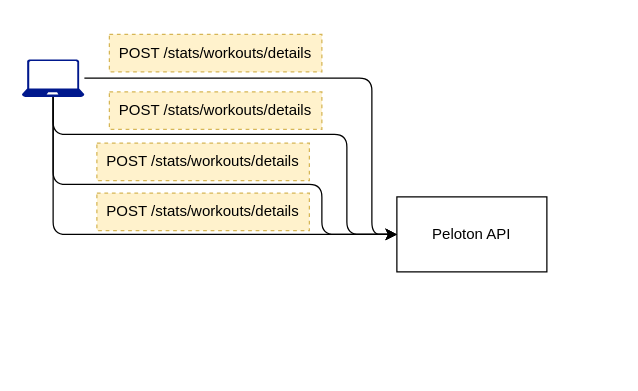
abunuwas/api-sec-book-imgs keeps this draw.io diagram as page "11.2" (12 of 12) of ch11.drawio. Above is the earlier version. Source tidied: cells renumbered, new cells numbered last; positions are measured from the earlier drawing's top-left corner, leaving out a move shared by most shapes. Both pictures are drawn from the tidied source at 125%, with x=0, y=0 at pixel (21, 34).
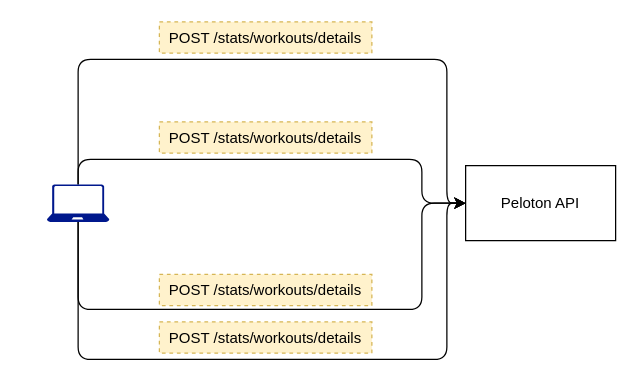
The same diagram, later.

Diff of the diagram source:
```diff
@@
 <mxGraphModel>
   <root>
     <mxCell id="0" />
     <mxCell id="1" parent="0" />
     <mxCell id="2" value="Peloton API" style="rounded=0;whiteSpace=wrap;html=1;" parent="1" vertex="1">
-      <mxGeometry x="300" y="130" width="120" height="60" as="geometry" />
+      <mxGeometry x="355" y="105" width="120" height="60" as="geometry" />
     </mxCell>
     <mxCell id="3" style="edgeStyle=orthogonalEdgeStyle;rounded=1;jettySize=auto;html=1;entryX=0;entryY=0.5;entryDx=0;entryDy=0;curved=0;" parent="1" edge="1" source="7" target="2">
       <mxGeometry relative="1" as="geometry">
         <Array as="points">
-          <mxPoint x="280" y="35" />
-          <mxPoint x="280" y="160" />
+          <mxPoint x="45" y="20" />
+          <mxPoint x="340" y="20" />
+          <mxPoint x="340" y="135" />
         </Array>
       </mxGeometry>
     </mxCell>
     <mxCell id="4" style="edgeStyle=orthogonalEdgeStyle;rounded=1;jettySize=auto;html=1;entryX=0;entryY=0.5;entryDx=0;entryDy=0;curved=0;" parent="1" edge="1" source="7" target="2">
       <mxGeometry relative="1" as="geometry">
         <Array as="points">
-          <mxPoint x="25" y="80" />
-          <mxPoint x="260" y="80" />
-          <mxPoint x="260" y="160" />
+          <mxPoint x="45" y="100" />
+          <mxPoint x="320" y="100" />
+          <mxPoint x="320" y="135" />
         </Array>
       </mxGeometry>
     </mxCell>
     <mxCell id="5" style="edgeStyle=orthogonalEdgeStyle;rounded=1;jettySize=auto;html=1;entryX=0;entryY=0.5;entryDx=0;entryDy=0;curved=0;" parent="1" edge="1" source="7" target="2">
       <mxGeometry relative="1" as="geometry">
         <Array as="points">
-          <mxPoint x="25" y="120" />
-          <mxPoint x="240" y="120" />
-          <mxPoint x="240" y="160" />
+          <mxPoint x="45" y="220" />
+          <mxPoint x="320" y="220" />
+          <mxPoint x="320" y="135" />
         </Array>
       </mxGeometry>
     </mxCell>
     <mxCell id="6" style="edgeStyle=orthogonalEdgeStyle;rounded=1;jettySize=auto;html=1;entryX=0;entryY=0.5;entryDx=0;entryDy=0;curved=0;" parent="1" edge="1" source="7" target="2">
       <mxGeometry relative="1" as="geometry">
         <Array as="points">
-          <mxPoint x="25" y="160" />
+          <mxPoint x="45" y="260" />
+          <mxPoint x="340" y="260" />
+          <mxPoint x="340" y="135" />
         </Array>
       </mxGeometry>
     </mxCell>
     <mxCell id="7" style="sketch=0;shadow=0;dashed=0;html=1;strokeColor=none;labelPosition=center;verticalLabelPosition=bottom;verticalAlign=top;align=center;fillColor=#00188D;shape=mxgraph.azure.laptop;" parent="1" vertex="1">
-      <mxGeometry y="20" width="50" height="30" as="geometry" />
+      <mxGeometry x="20" y="120" width="50" height="30" as="geometry" />
     </mxCell>
     <mxCell id="8" value="POST /stats/workouts/details" style="text;html=1;align=center;verticalAlign=middle;whiteSpace=wrap;rounded=0;fillColor=#fff2cc;strokeColor=#d6b656;dashed=1;" parent="1" vertex="1">
-      <mxGeometry x="70" width="170" height="30" as="geometry" />
+      <mxGeometry x="110" y="-10" width="170" height="25" as="geometry" />
     </mxCell>
-    <mxCell id="9" value="POST /stats/workouts/details" style="text;html=1;align=center;verticalAlign=middle;whiteSpace=wrap;rounded=0;fillColor=#fff2cc;strokeColor=#d6b656;dashed=1;" parent="1" vertex="1">
-      <mxGeometry x="70" y="46" width="170" height="30" as="geometry" />
-    </mxCell>
-    <mxCell id="10" value="POST /stats/workouts/details" style="text;html=1;align=center;verticalAlign=middle;whiteSpace=wrap;rounded=0;fillColor=#fff2cc;strokeColor=#d6b656;dashed=1;" parent="1" vertex="1">
-      <mxGeometry x="60" y="87" width="170" height="30" as="geometry" />
-    </mxCell>
-    <mxCell id="11" value="POST /stats/workouts/details" style="text;html=1;align=center;verticalAlign=middle;whiteSpace=wrap;rounded=0;fillColor=#fff2cc;strokeColor=#d6b656;dashed=1;" parent="1" vertex="1">
-      <mxGeometry x="60" y="127" width="170" height="30" as="geometry" />
-    </mxCell>
+    <mxCell id="12" value="POST /stats/workouts/details" style="text;html=1;align=center;verticalAlign=middle;whiteSpace=wrap;rounded=0;fillColor=#fff2cc;strokeColor=#d6b656;dashed=1;" parent="1" vertex="1">
+      <mxGeometry x="110" y="70" width="170" height="25" as="geometry" />
+    </mxCell>
+    <mxCell id="13" value="POST /stats/workouts/details" style="text;html=1;align=center;verticalAlign=middle;whiteSpace=wrap;rounded=0;fillColor=#fff2cc;strokeColor=#d6b656;dashed=1;" parent="1" vertex="1">
+      <mxGeometry x="110" y="192" width="170" height="25" as="geometry" />
+    </mxCell>
+    <mxCell id="14" value="POST /stats/workouts/details" style="text;html=1;align=center;verticalAlign=middle;whiteSpace=wrap;rounded=0;fillColor=#fff2cc;strokeColor=#d6b656;dashed=1;" parent="1" vertex="1">
+      <mxGeometry x="110" y="230" width="170" height="25" as="geometry" />
+    </mxCell>
   </root>
 </mxGraphModel>
```
